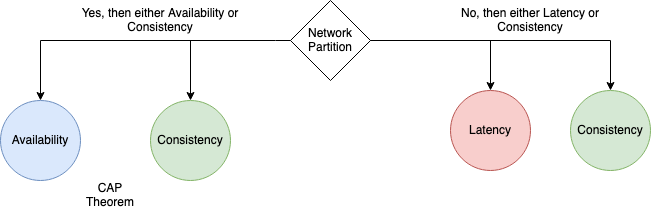
This is src/1_HLDDesignComponents/0_SystemGlossaries/assets/PACELC_Diagram.drawio.png from Anshul619/HLD-System-Designs, a draw.io export, as it was before one commit. Source tidied: cells renumbered, new cells last; positions are measured from the earlier drawing's top-left corner, leaving out a move shared by most shapes. Its diagram source:
```xml
<mxGraphModel>
  <root>
    <mxCell id="0" />
    <mxCell id="1" parent="0" />
    <mxCell id="2" value="Network Partition" style="rhombus;whiteSpace=wrap;html=1;" parent="1" vertex="1">
      <mxGeometry x="290" width="80" height="80" as="geometry" />
    </mxCell>
    <mxCell id="3" value="Availability" style="ellipse;whiteSpace=wrap;html=1;fillColor=#dae8fc;strokeColor=#6c8ebf;" parent="1" vertex="1">
      <mxGeometry y="100" width="80" height="80" as="geometry" />
    </mxCell>
    <mxCell id="4" value="Consistency" style="ellipse;whiteSpace=wrap;html=1;fillColor=#d5e8d4;strokeColor=#82b366;" parent="1" vertex="1">
      <mxGeometry x="150" y="100" width="80" height="80" as="geometry" />
    </mxCell>
    <mxCell id="5" style="endArrow=classic;html=1;rounded=0;exitX=0;exitY=0.5;exitDx=0;exitDy=0;entryX=0.5;entryY=0;entryDx=0;entryDy=0;edgeStyle=orthogonalEdgeStyle;" parent="1" edge="1" source="2" target="3">
      <mxGeometry relative="1" as="geometry">
        <Array as="points">
          <mxPoint x="275" y="40" />
          <mxPoint x="40" y="40" />
        </Array>
      </mxGeometry>
    </mxCell>
    <mxCell id="6" style="endArrow=classic;html=1;rounded=0;" parent="1" edge="1" target="4">
      <mxGeometry relative="1" as="geometry">
        <mxPoint x="190" y="40" as="sourcePoint" />
      </mxGeometry>
    </mxCell>
    <mxCell id="7" value="Yes, then either Availability or Consistency" style="text;html=1;strokeColor=none;fillColor=none;align=center;verticalAlign=middle;whiteSpace=wrap;rounded=0;" parent="1" vertex="1">
      <mxGeometry x="70" y="5" width="180" height="30" as="geometry" />
    </mxCell>
    <mxCell id="8" value="Latency" style="ellipse;whiteSpace=wrap;html=1;fillColor=#f8cecc;strokeColor=#b85450;" parent="1" vertex="1">
      <mxGeometry x="450" y="90" width="80" height="80" as="geometry" />
    </mxCell>
    <mxCell id="9" value="Consistency" style="ellipse;whiteSpace=wrap;html=1;fillColor=#d5e8d4;strokeColor=#82b366;" parent="1" vertex="1">
      <mxGeometry x="570" y="90" width="80" height="80" as="geometry" />
    </mxCell>
    <mxCell id="10" value="CAP Theorem" style="text;html=1;strokeColor=none;fillColor=none;align=center;verticalAlign=middle;whiteSpace=wrap;rounded=0;" parent="1" vertex="1">
      <mxGeometry x="80" y="180" width="60" height="30" as="geometry" />
    </mxCell>
    <mxCell id="11" style="endArrow=classic;html=1;rounded=0;exitX=1;exitY=0.5;exitDx=0;exitDy=0;entryX=0.5;entryY=0;entryDx=0;entryDy=0;edgeStyle=orthogonalEdgeStyle;" parent="1" edge="1" source="2" target="9">
      <mxGeometry relative="1" as="geometry" />
    </mxCell>
    <mxCell id="12" style="endArrow=classic;html=1;rounded=0;exitX=1;exitY=0.5;exitDx=0;exitDy=0;entryX=0.5;entryY=0;entryDx=0;entryDy=0;edgeStyle=orthogonalEdgeStyle;" parent="1" edge="1" source="2" target="8">
      <mxGeometry relative="1" as="geometry" />
    </mxCell>
    <mxCell id="13" value="No, then either Latency or Consistency" style="text;html=1;strokeColor=none;fillColor=none;align=center;verticalAlign=middle;whiteSpace=wrap;rounded=0;" parent="1" vertex="1">
      <mxGeometry x="440" y="5" width="180" height="30" as="geometry" />
    </mxCell>
  </root>
</mxGraphModel>
```
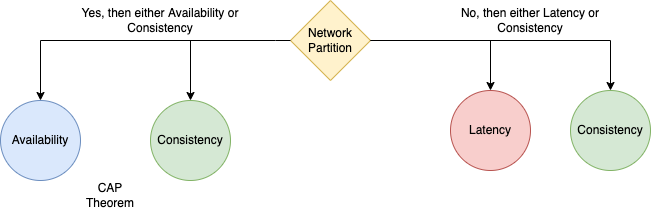
After the commit.

The edit, as a diff of the source:
```diff
@@ -2,7 +2,7 @@
   <root>
     <mxCell id="0" />
     <mxCell id="1" parent="0" />
-    <mxCell id="2" value="Network Partition" style="rhombus;whiteSpace=wrap;html=1;" parent="1" vertex="1">
+    <mxCell id="2" value="Network Partition" style="rhombus;whiteSpace=wrap;html=1;fillColor=#fff2cc;strokeColor=#d6b656;" parent="1" vertex="1">
       <mxGeometry x="290" width="80" height="80" as="geometry" />
     </mxCell>
     <mxCell id="3" value="Availability" style="ellipse;whiteSpace=wrap;html=1;fillColor=#dae8fc;strokeColor=#6c8ebf;" parent="1" vertex="1">
```
